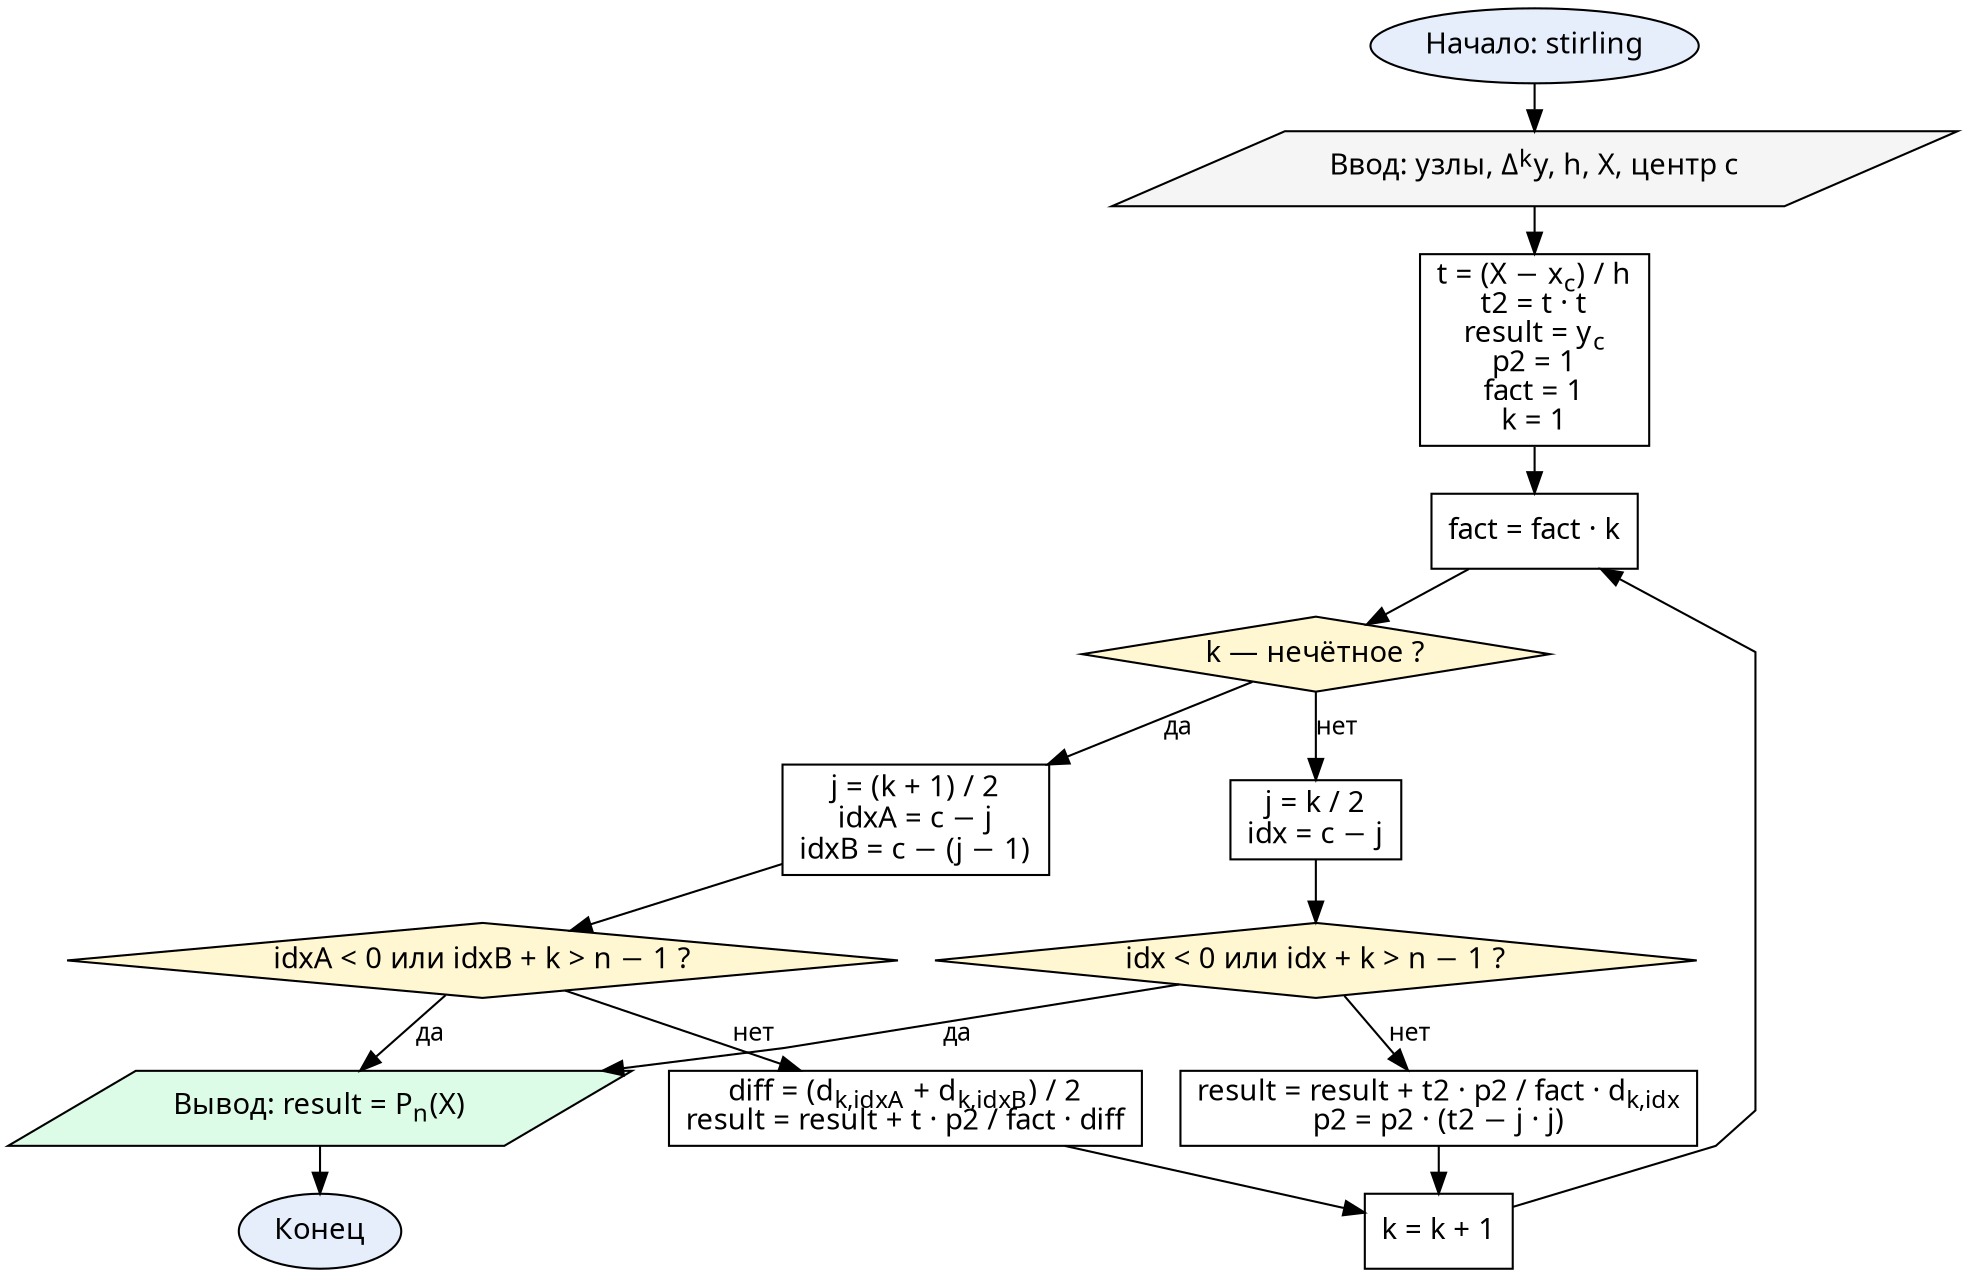
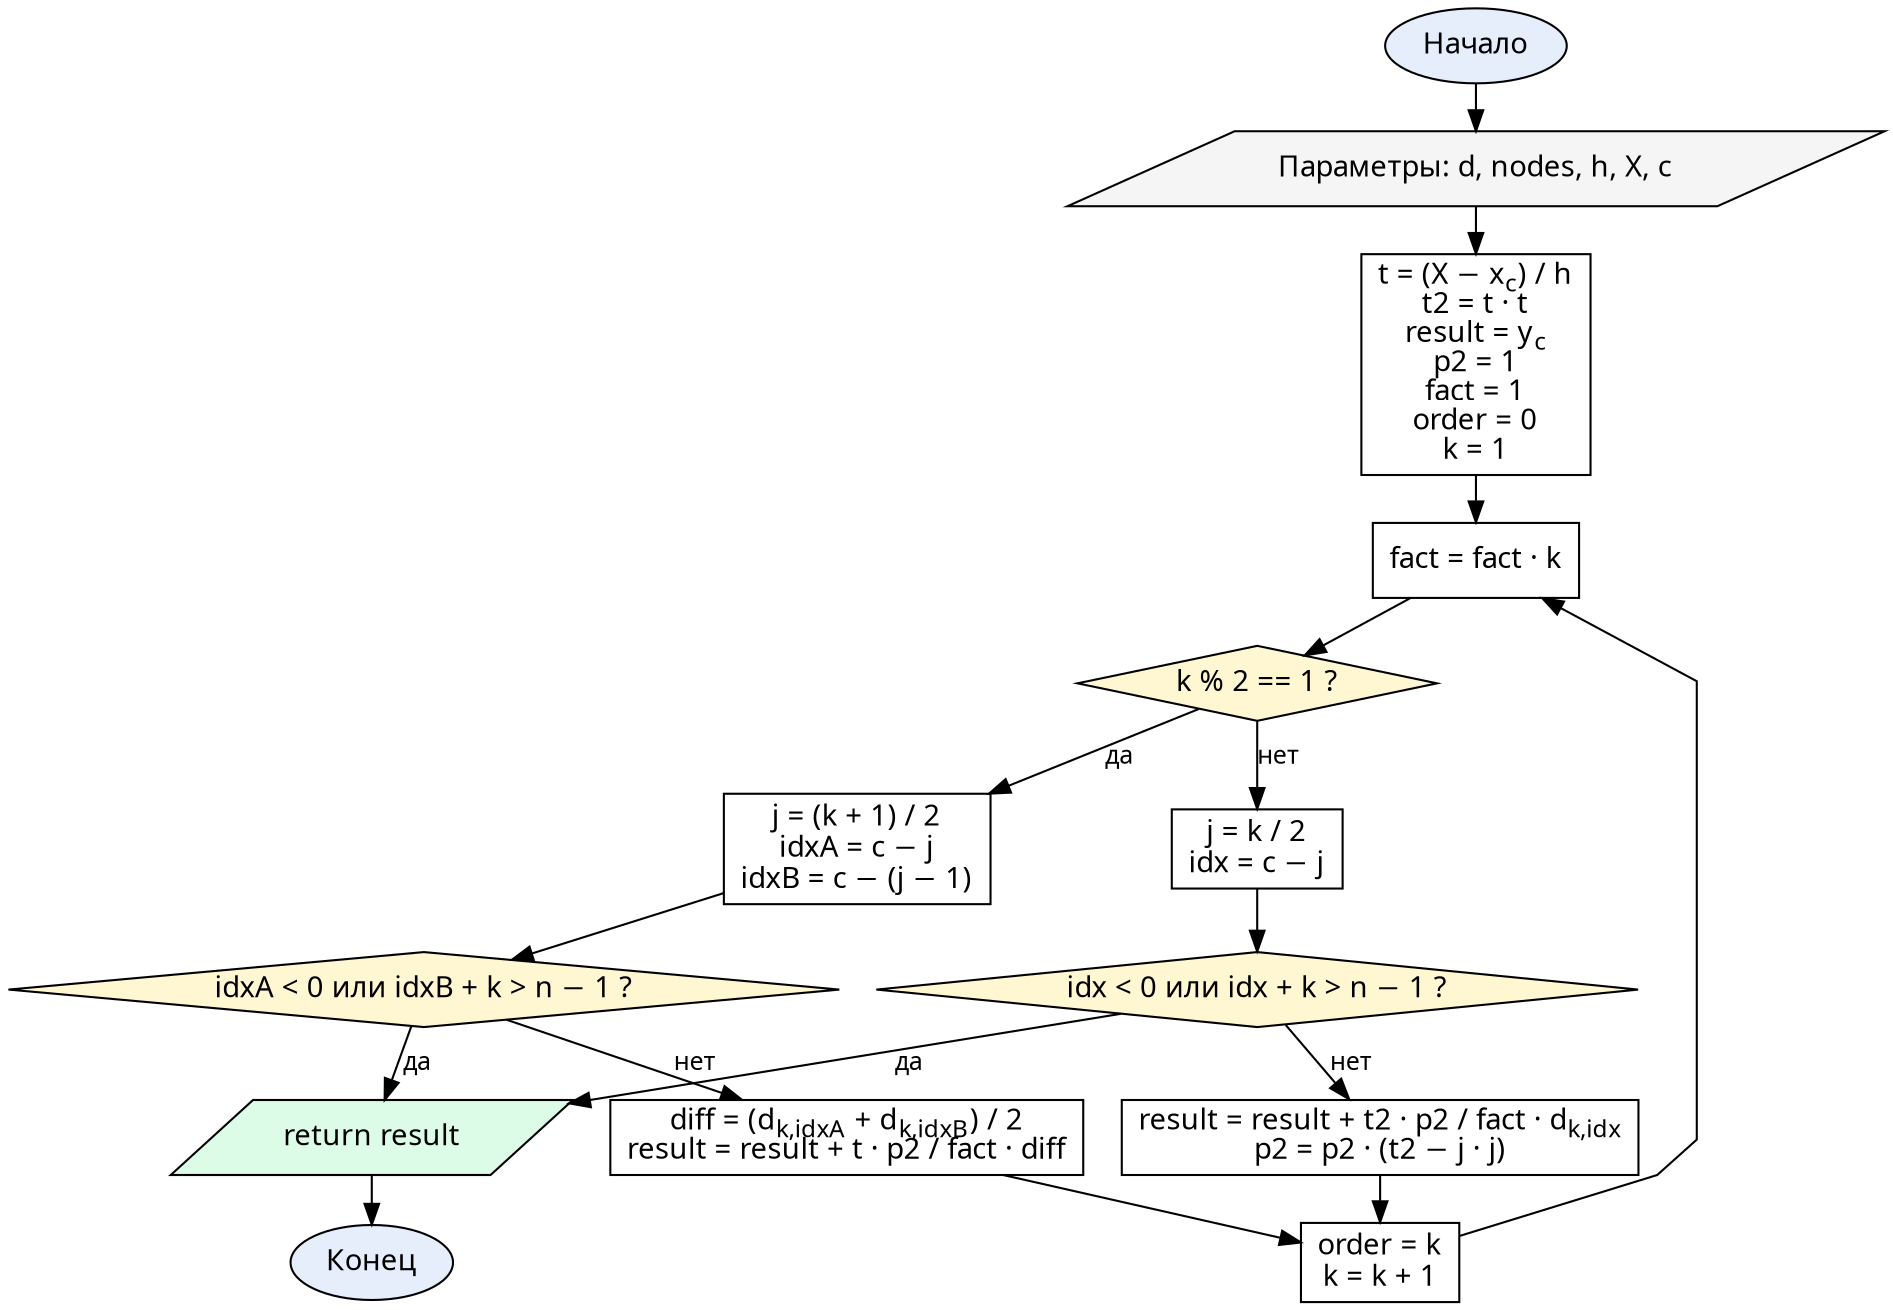
digraph Lab5Stirling {
  graph [fontname="CMU Serif", rankdir=TB, nodesep=0.25, ranksep=0.3, splines=polyline]
  node  [fontname="CMU Serif", fontsize=14, style="filled", fillcolor="#ffffff", color="#000000"]
  edge  [fontname="CMU Serif", fontsize=12, color="#000000"]

-   start  [label="Начало: stirling", shape=oval, fillcolor="#e6eefc"]
-   input  [label=<Ввод: узлы, Δ<SUP>k</SUP>y, h, X, центр c>, shape=parallelogram, fillcolor="#f5f5f5"]
-   init   [label=<t = (X − x<SUB>c</SUB>) / h<BR/>t2 = t · t<BR/>result = y<SUB>c</SUB><BR/>p2 = 1<BR/>fact = 1<BR/>k = 1>, shape=box]
+   start  [label="Начало", shape=oval, fillcolor="#e6eefc"]
+   input  [label=<Параметры: d, nodes, h, X, c>, shape=parallelogram, fillcolor="#f5f5f5"]
+   init   [label=<t = (X − x<SUB>c</SUB>) / h<BR/>t2 = t · t<BR/>result = y<SUB>c</SUB><BR/>p2 = 1<BR/>fact = 1<BR/>order = 0<BR/>k = 1>, shape=box]
  fk     [label=<fact = fact · k>, shape=box]
-   par    [label=<k — нечётное ?>, shape=diamond, fillcolor="#fff7d1"]
+   par    [label=<k % 2 == 1 ?>, shape=diamond, fillcolor="#fff7d1"]

  jodd   [label=<j = (k + 1) / 2<BR/>idxA = c − j<BR/>idxB = c − (j − 1)>, shape=box]
  chko   [label=<idxA &lt; 0 или idxB + k &gt; n − 1 ?>, shape=diamond, fillcolor="#fff7d1"]
  acco   [label=<diff = (d<SUB>k,idxA</SUB> + d<SUB>k,idxB</SUB>) / 2<BR/>result = result + t · p2 / fact · diff>, shape=box]

  jeven  [label=<j = k / 2<BR/>idx = c − j>, shape=box]
  chke   [label=<idx &lt; 0 или idx + k &gt; n − 1 ?>, shape=diamond, fillcolor="#fff7d1"]
  acce   [label=<result = result + t2 · p2 / fact · d<SUB>k,idx</SUB><BR/>p2 = p2 · (t2 − j · j)>, shape=box]

-   nextk  [label=<k = k + 1>, shape=box]
-   output [label=<Вывод: result = P<SUB>n</SUB>(X)>, shape=parallelogram, fillcolor="#dcfce7"]
+   nextk  [label=<order = k<BR/>k = k + 1>, shape=box]
+   output [label=<return result>, shape=parallelogram, fillcolor="#dcfce7"]
  stop   [label="Конец", shape=oval, fillcolor="#e6eefc"]

  start -> input -> init -> fk -> par
  par -> jodd [label="да"]
  jodd -> chko
  chko -> output [label="да"]
  chko -> acco [label="нет"]
  acco -> nextk
  par -> jeven [label="нет"]
  jeven -> chke
  chke -> output [label="да"]
  chke -> acce [label="нет"]
  acce -> nextk
  nextk -> fk
  output -> stop
}
